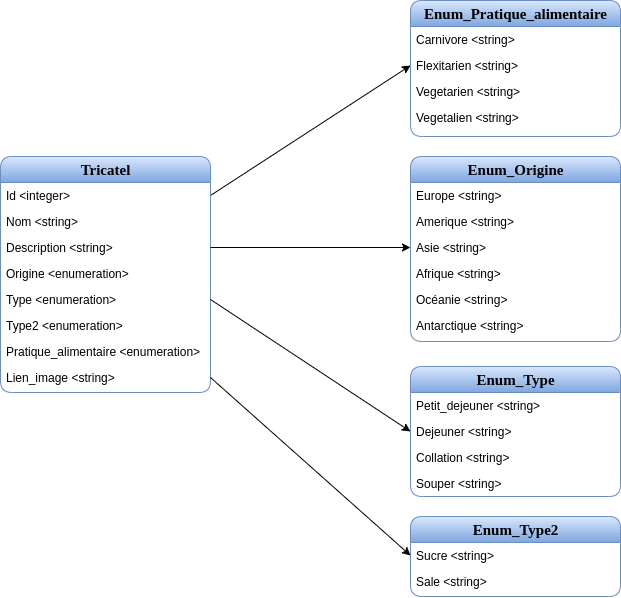
Earlier version of the draw.io export Diag_BDD_Tricatel.png (Fromont-L/APIGRDFEnergieConseils). Source tidied: cells renumbered, new cells last; positions are measured from the earlier drawing's top-left corner, leaving out a move shared by most shapes.
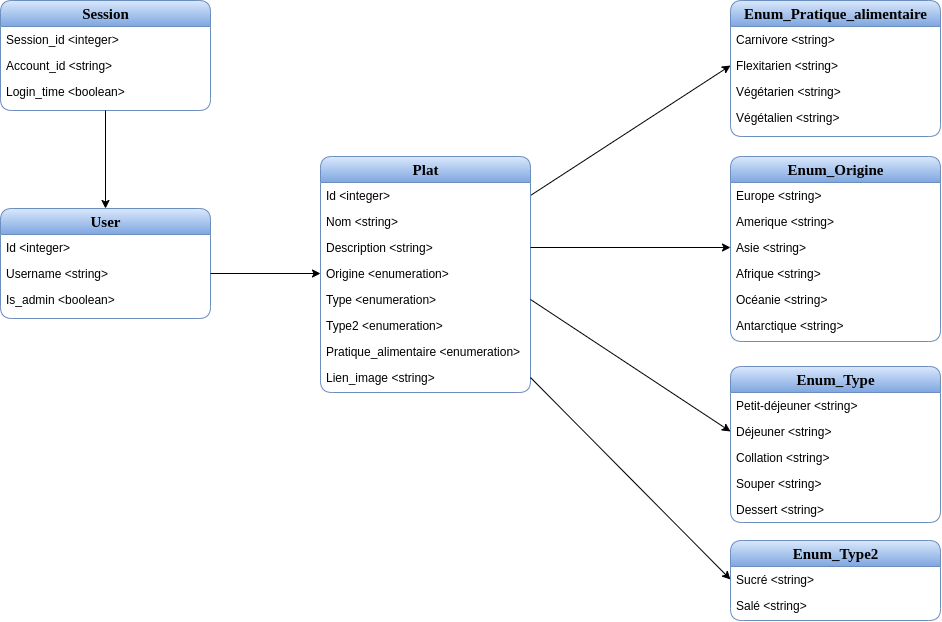
After the commit.

The edit, as a diff of the source:
```diff
@@ -2,34 +2,34 @@
   <root>
     <mxCell id="0" />
     <mxCell id="1" parent="0" />
-    <mxCell id="2" style="edgeStyle=none;rounded=0;jettySize=auto;html=1;entryX=0;entryY=0.5;entryDx=0;entryDy=0;exitX=1;exitY=0.5;exitDx=0;exitDy=0;" parent="1" edge="1" source="4" target="14">
-      <mxGeometry relative="1" as="geometry" />
-    </mxCell>
-    <mxCell id="3" value="&lt;b&gt;&lt;font style=&quot;font-size: 15px&quot;&gt;Tricatel&lt;/font&gt;&lt;/b&gt;" style="swimlane;html=1;fontStyle=0;horizontal=1;startSize=26;fillColor=#dae8fc;swimlaneFillColor=#ffffff;align=center;rounded=1;shadow=0;comic=0;labelBackgroundColor=none;strokeWidth=1;fontFamily=Verdana;fontSize=12;strokeColor=#6c8ebf;gradientColor=#7ea6e0;" parent="1" vertex="1">
-      <mxGeometry y="156" width="210" height="236" as="geometry" />
-    </mxCell>
-    <mxCell id="4" value="Id &amp;lt;integer&amp;gt;" style="text;html=1;spacingLeft=4;spacingRight=4;whiteSpace=wrap;overflow=hidden;points=[[0,0.5],[1,0.5]];portConstraint=eastwest;" parent="3" vertex="1">
-      <mxGeometry y="26" width="210" height="26" as="geometry" />
-    </mxCell>
+    <mxCell id="35" style="edgeStyle=none;rounded=0;jettySize=auto;html=1;entryX=0;entryY=0.5;entryDx=0;entryDy=0;exitX=1;exitY=0.5;exitDx=0;exitDy=0;" parent="1" edge="1" source="37" target="14">
+      <mxGeometry relative="1" as="geometry" />
+    </mxCell>
+    <mxCell id="36" value="&lt;b&gt;&lt;font style=&quot;font-size: 15px&quot;&gt;Plat&lt;/font&gt;&lt;/b&gt;" style="swimlane;html=1;fontStyle=0;horizontal=1;startSize=26;fillColor=#dae8fc;swimlaneFillColor=#ffffff;align=center;rounded=1;shadow=0;comic=0;labelBackgroundColor=none;strokeWidth=1;fontFamily=Verdana;fontSize=12;strokeColor=#6c8ebf;gradientColor=#7ea6e0;" parent="1" vertex="1">
+      <mxGeometry y="156" width="210" height="236" as="geometry" />
+    </mxCell>
+    <mxCell id="37" value="Id &amp;lt;integer&amp;gt;" style="text;html=1;spacingLeft=4;spacingRight=4;whiteSpace=wrap;overflow=hidden;points=[[0,0.5],[1,0.5]];portConstraint=eastwest;" parent="36" vertex="1">
+      <mxGeometry y="26" width="210" height="26" as="geometry" />
+    </mxCell>
-    <mxCell id="5" value="Nom &amp;lt;string&amp;gt;" style="text;html=1;strokeColor=none;fillColor=none;spacingLeft=4;spacingRight=4;whiteSpace=wrap;overflow=hidden;" parent="3" vertex="1">
+    <mxCell id="5" value="Nom &amp;lt;string&amp;gt;" style="text;html=1;strokeColor=none;fillColor=none;spacingLeft=4;spacingRight=4;whiteSpace=wrap;overflow=hidden;" parent="36" vertex="1">
       <mxGeometry y="52" width="210" height="26" as="geometry" />
     </mxCell>
-    <mxCell id="6" value="Description &amp;lt;string&amp;gt;" style="text;html=1;strokeColor=none;fillColor=none;spacingLeft=4;spacingRight=4;whiteSpace=wrap;overflow=hidden;points=[[0,0.5],[1,0.5]];portConstraint=eastwest;" parent="3" vertex="1">
+    <mxCell id="6" value="Description &amp;lt;string&amp;gt;" style="text;html=1;strokeColor=none;fillColor=none;spacingLeft=4;spacingRight=4;whiteSpace=wrap;overflow=hidden;points=[[0,0.5],[1,0.5]];portConstraint=eastwest;" parent="36" vertex="1">
       <mxGeometry y="78" width="210" height="26" as="geometry" />
     </mxCell>
-    <mxCell id="7" value="Origine &amp;lt;enumeration&amp;gt;" style="text;html=1;strokeColor=none;fillColor=none;spacingLeft=4;spacingRight=4;whiteSpace=wrap;overflow=hidden;points=[[0,0.5],[1,0.5]];portConstraint=eastwest;" parent="3" vertex="1">
+    <mxCell id="7" value="Origine &amp;lt;enumeration&amp;gt;" style="text;html=1;strokeColor=none;fillColor=none;spacingLeft=4;spacingRight=4;whiteSpace=wrap;overflow=hidden;points=[[0,0.5],[1,0.5]];portConstraint=eastwest;" parent="36" vertex="1">
       <mxGeometry y="104" width="210" height="26" as="geometry" />
     </mxCell>
-    <mxCell id="8" value="Type &amp;lt;enumeration&amp;gt;" style="text;html=1;strokeColor=none;fillColor=none;spacingLeft=4;spacingRight=4;whiteSpace=wrap;overflow=hidden;points=[[0,0.5],[1,0.5]];portConstraint=eastwest;" parent="3" vertex="1">
+    <mxCell id="8" value="Type &amp;lt;enumeration&amp;gt;" style="text;html=1;strokeColor=none;fillColor=none;spacingLeft=4;spacingRight=4;whiteSpace=wrap;overflow=hidden;points=[[0,0.5],[1,0.5]];portConstraint=eastwest;" parent="36" vertex="1">
       <mxGeometry y="130" width="210" height="26" as="geometry" />
     </mxCell>
-    <mxCell id="9" value="Type2 &amp;lt;enumeration&amp;gt;" style="text;html=1;strokeColor=none;fillColor=none;spacingLeft=4;spacingRight=4;whiteSpace=wrap;overflow=hidden;" parent="3" vertex="1">
+    <mxCell id="9" value="Type2 &amp;lt;enumeration&amp;gt;" style="text;html=1;strokeColor=none;fillColor=none;spacingLeft=4;spacingRight=4;whiteSpace=wrap;overflow=hidden;" parent="36" vertex="1">
       <mxGeometry y="156" width="210" height="26" as="geometry" />
     </mxCell>
-    <mxCell id="10" value="Pratique_alimentaire &amp;lt;enumeration&amp;gt;" style="text;html=1;strokeColor=none;fillColor=none;spacingLeft=4;spacingRight=4;whiteSpace=wrap;overflow=hidden;" parent="3" vertex="1">
+    <mxCell id="10" value="Pratique_alimentaire &amp;lt;enumeration&amp;gt;" style="text;html=1;strokeColor=none;fillColor=none;spacingLeft=4;spacingRight=4;whiteSpace=wrap;overflow=hidden;" parent="36" vertex="1">
       <mxGeometry y="182" width="210" height="26" as="geometry" />
     </mxCell>
-    <mxCell id="11" value="Lien_image &amp;lt;string&amp;gt;" style="text;html=1;strokeColor=none;fillColor=none;spacingLeft=4;spacingRight=4;whiteSpace=wrap;overflow=hidden;points=[[0,0.5],[1,0.5]];portConstraint=eastwest;" parent="3" vertex="1">
+    <mxCell id="11" value="Lien_image &amp;lt;string&amp;gt;" style="text;html=1;strokeColor=none;fillColor=none;spacingLeft=4;spacingRight=4;whiteSpace=wrap;overflow=hidden;points=[[0,0.5],[1,0.5]];portConstraint=eastwest;" parent="36" vertex="1">
       <mxGeometry y="208" width="210" height="26" as="geometry" />
     </mxCell>
     <mxCell id="12" value="&lt;b&gt;&lt;font style=&quot;font-size: 15px&quot;&gt;Enum_Pratique_alimentaire&lt;/font&gt;&lt;/b&gt;" style="swimlane;html=1;fontStyle=0;horizontal=1;startSize=26;fillColor=#dae8fc;swimlaneFillColor=#ffffff;align=center;rounded=1;shadow=0;comic=0;labelBackgroundColor=none;strokeWidth=1;fontFamily=Verdana;fontSize=12;strokeColor=#6c8ebf;gradientColor=#7ea6e0;" parent="1" vertex="1">
@@ -41,12 +41,12 @@
     <mxCell id="14" value="Flexitarien &amp;lt;string&amp;gt;" style="text;html=1;spacingLeft=4;spacingRight=4;whiteSpace=wrap;overflow=hidden;points=[[0,0.5],[1,0.5]];portConstraint=eastwest;" parent="12" vertex="1">
       <mxGeometry y="52" width="210" height="26" as="geometry" />
     </mxCell>
-    <mxCell id="15" value="Vegetarien &amp;lt;string&amp;gt;" style="text;html=1;spacingLeft=4;spacingRight=4;whiteSpace=wrap;overflow=hidden;" parent="12" vertex="1">
-      <mxGeometry y="78" width="210" height="26" as="geometry" />
-    </mxCell>
-    <mxCell id="16" value="Vegetalien &amp;lt;string&amp;gt;" style="text;html=1;spacingLeft=4;spacingRight=4;whiteSpace=wrap;overflow=hidden;" parent="12" vertex="1">
-      <mxGeometry y="104" width="210" height="26" as="geometry" />
-    </mxCell>
+    <mxCell id="38" value="Végétarien &amp;lt;string&amp;gt;" style="text;html=1;spacingLeft=4;spacingRight=4;whiteSpace=wrap;overflow=hidden;" parent="12" vertex="1">
+      <mxGeometry y="78" width="210" height="26" as="geometry" />
+    </mxCell>
+    <mxCell id="39" value="Végétalien &amp;lt;string&amp;gt;" style="text;html=1;spacingLeft=4;spacingRight=4;whiteSpace=wrap;overflow=hidden;" parent="12" vertex="1">
+      <mxGeometry y="104" width="210" height="26" as="geometry" />
+    </mxCell>
     <mxCell id="17" value="&lt;b&gt;&lt;font style=&quot;font-size: 15px&quot;&gt;Enum_Origine&lt;/font&gt;&lt;/b&gt;" style="swimlane;html=1;fontStyle=0;horizontal=1;startSize=26;fillColor=#dae8fc;swimlaneFillColor=#ffffff;align=center;rounded=1;shadow=0;comic=0;labelBackgroundColor=none;strokeWidth=1;fontFamily=Verdana;fontSize=12;strokeColor=#6c8ebf;gradientColor=#7ea6e0;" parent="1" vertex="1">
       <mxGeometry x="410" y="156" width="210" height="185" as="geometry" />
     </mxCell>
@@ -69,37 +69,70 @@
       <mxGeometry y="156" width="210" height="26" as="geometry" />
     </mxCell>
     <mxCell id="24" value="&lt;b&gt;&lt;font style=&quot;font-size: 15px&quot;&gt;Enum_Type&lt;/font&gt;&lt;/b&gt;" style="swimlane;html=1;fontStyle=0;horizontal=1;startSize=26;fillColor=#dae8fc;swimlaneFillColor=#ffffff;align=center;rounded=1;shadow=0;comic=0;labelBackgroundColor=none;strokeWidth=1;fontFamily=Verdana;fontSize=12;strokeColor=#6c8ebf;gradientColor=#7ea6e0;" parent="1" vertex="1">
-      <mxGeometry x="410" y="366" width="210" height="130" as="geometry" />
+      <mxGeometry x="410" y="366" width="210" height="156" as="geometry" />
     </mxCell>
-    <mxCell id="25" value="Petit_dejeuner &amp;lt;string&amp;gt;" style="text;html=1;spacingLeft=4;spacingRight=4;whiteSpace=wrap;overflow=hidden;" parent="24" vertex="1">
-      <mxGeometry y="26" width="210" height="26" as="geometry" />
-    </mxCell>
-    <mxCell id="26" value="Dejeuner &amp;lt;string&amp;gt;" style="text;html=1;spacingLeft=4;spacingRight=4;whiteSpace=wrap;overflow=hidden;points=[[0,0.5],[1,0.5]];portConstraint=eastwest;" parent="24" vertex="1">
-      <mxGeometry y="52" width="210" height="26" as="geometry" />
-    </mxCell>
+    <mxCell id="40" value="Petit-déjeuner &amp;lt;string&amp;gt;" style="text;html=1;spacingLeft=4;spacingRight=4;whiteSpace=wrap;overflow=hidden;" parent="24" vertex="1">
+      <mxGeometry y="26" width="210" height="26" as="geometry" />
+    </mxCell>
+    <mxCell id="41" value="Déjeuner &amp;lt;string&amp;gt;" style="text;html=1;spacingLeft=4;spacingRight=4;whiteSpace=wrap;overflow=hidden;points=[[0,0.5],[1,0.5]];portConstraint=eastwest;" parent="24" vertex="1">
+      <mxGeometry y="52" width="210" height="26" as="geometry" />
+    </mxCell>
     <mxCell id="27" value="Collation &amp;lt;string&amp;gt;" style="text;html=1;spacingLeft=4;spacingRight=4;whiteSpace=wrap;overflow=hidden;" parent="24" vertex="1">
       <mxGeometry y="78" width="210" height="26" as="geometry" />
     </mxCell>
     <mxCell id="28" value="Souper &amp;lt;string&amp;gt;" style="text;html=1;spacingLeft=4;spacingRight=4;whiteSpace=wrap;overflow=hidden;" parent="24" vertex="1">
       <mxGeometry y="104" width="210" height="26" as="geometry" />
     </mxCell>
+    <mxCell id="42" value="Dessert &amp;lt;string&amp;gt;" style="text;html=1;spacingLeft=4;spacingRight=4;whiteSpace=wrap;overflow=hidden;" parent="24" vertex="1">
+      <mxGeometry y="130" width="210" height="26" as="geometry" />
+    </mxCell>
     <mxCell id="29" value="&lt;b&gt;&lt;font style=&quot;font-size: 15px&quot;&gt;Enum_Type2&lt;/font&gt;&lt;/b&gt;" style="swimlane;html=1;fontStyle=0;horizontal=1;startSize=26;fillColor=#dae8fc;swimlaneFillColor=#ffffff;align=center;rounded=1;shadow=0;comic=0;labelBackgroundColor=none;strokeWidth=1;fontFamily=Verdana;fontSize=12;strokeColor=#6c8ebf;gradientColor=#7ea6e0;" parent="1" vertex="1">
-      <mxGeometry x="410" y="516" width="210" height="80" as="geometry" />
+      <mxGeometry x="410" y="540" width="210" height="80" as="geometry" />
     </mxCell>
-    <mxCell id="30" value="Sucre &amp;lt;string&amp;gt;" style="text;html=1;spacingLeft=4;spacingRight=4;whiteSpace=wrap;overflow=hidden;points=[[0,0.5],[1,0.5]];portConstraint=eastwest;" parent="29" vertex="1">
-      <mxGeometry y="26" width="210" height="26" as="geometry" />
-    </mxCell>
-    <mxCell id="31" value="Sale &amp;lt;string&amp;gt;" style="text;html=1;spacingLeft=4;spacingRight=4;whiteSpace=wrap;overflow=hidden;" parent="29" vertex="1">
-      <mxGeometry y="52" width="210" height="26" as="geometry" />
-    </mxCell>
+    <mxCell id="43" value="Sucré &amp;lt;string&amp;gt;" style="text;html=1;spacingLeft=4;spacingRight=4;whiteSpace=wrap;overflow=hidden;points=[[0,0.5],[1,0.5]];portConstraint=eastwest;" parent="29" vertex="1">
+      <mxGeometry y="26" width="210" height="26" as="geometry" />
+    </mxCell>
+    <mxCell id="44" value="Salé &amp;lt;string&amp;gt;" style="text;html=1;spacingLeft=4;spacingRight=4;whiteSpace=wrap;overflow=hidden;" parent="29" vertex="1">
+      <mxGeometry y="52" width="210" height="26" as="geometry" />
+    </mxCell>
     <mxCell id="32" style="rounded=0;jettySize=auto;html=1;exitX=1;exitY=0.5;exitDx=0;exitDy=0;entryX=0;entryY=0.5;entryDx=0;entryDy=0;" parent="1" edge="1" source="6" target="20">
       <mxGeometry relative="1" as="geometry" />
     </mxCell>
-    <mxCell id="33" style="rounded=0;jettySize=auto;html=1;entryX=0;entryY=0.5;entryDx=0;entryDy=0;exitX=1;exitY=0.5;exitDx=0;exitDy=0;" parent="1" edge="1" source="11" target="30">
-      <mxGeometry relative="1" as="geometry" />
-    </mxCell>
-    <mxCell id="34" style="rounded=0;jettySize=auto;html=1;exitX=1;exitY=0.5;exitDx=0;exitDy=0;entryX=0;entryY=0.5;entryDx=0;entryDy=0;" parent="1" edge="1" source="8" target="26">
-      <mxGeometry relative="1" as="geometry" />
-    </mxCell>
+    <mxCell id="45" style="rounded=0;jettySize=auto;html=1;entryX=0;entryY=0.5;entryDx=0;entryDy=0;exitX=1;exitY=0.5;exitDx=0;exitDy=0;" parent="1" edge="1" source="11" target="43">
+      <mxGeometry relative="1" as="geometry" />
+    </mxCell>
+    <mxCell id="46" style="rounded=0;jettySize=auto;html=1;exitX=1;exitY=0.5;exitDx=0;exitDy=0;entryX=0;entryY=0.5;entryDx=0;entryDy=0;" parent="1" edge="1" source="8" target="41">
+      <mxGeometry relative="1" as="geometry" />
+    </mxCell>
+    <mxCell id="47" value="&lt;b&gt;&lt;font style=&quot;font-size: 15px&quot;&gt;User&lt;/font&gt;&lt;/b&gt;" style="swimlane;html=1;fontStyle=0;horizontal=1;startSize=26;fillColor=#dae8fc;swimlaneFillColor=#ffffff;align=center;rounded=1;shadow=0;comic=0;labelBackgroundColor=none;strokeWidth=1;fontFamily=Verdana;fontSize=12;strokeColor=#6c8ebf;gradientColor=#7ea6e0;" parent="1" vertex="1">
+      <mxGeometry x="-320" y="208" width="210" height="110" as="geometry" />
+    </mxCell>
+    <mxCell id="48" value="Id &amp;lt;integer&amp;gt;" style="text;html=1;spacingLeft=4;spacingRight=4;whiteSpace=wrap;overflow=hidden;" parent="47" vertex="1">
+      <mxGeometry y="26" width="210" height="26" as="geometry" />
+    </mxCell>
+    <mxCell id="49" value="Username &amp;lt;string&amp;gt;" style="text;html=1;strokeColor=none;fillColor=none;spacingLeft=4;spacingRight=4;whiteSpace=wrap;overflow=hidden;points=[[0,0.5],[1,0.5]];portConstraint=eastwest;" parent="47" vertex="1">
+      <mxGeometry y="52" width="210" height="26" as="geometry" />
+    </mxCell>
+    <mxCell id="50" value="Is_admin &amp;lt;boolean&amp;gt;" style="text;html=1;strokeColor=none;fillColor=none;spacingLeft=4;spacingRight=4;whiteSpace=wrap;overflow=hidden;" parent="47" vertex="1">
+      <mxGeometry y="78" width="210" height="26" as="geometry" />
+    </mxCell>
+    <mxCell id="51" style="edgeStyle=orthogonalEdgeStyle;rounded=0;jettySize=auto;html=1;exitX=1;exitY=0.5;exitDx=0;exitDy=0;entryX=0;entryY=0.5;entryDx=0;entryDy=0;" parent="1" edge="1" source="49" target="7">
+      <mxGeometry relative="1" as="geometry" />
+    </mxCell>
+    <mxCell id="52" value="&lt;b&gt;&lt;font style=&quot;font-size: 15px&quot;&gt;Session&lt;/font&gt;&lt;/b&gt;" style="swimlane;html=1;fontStyle=0;horizontal=1;startSize=26;fillColor=#dae8fc;swimlaneFillColor=#ffffff;align=center;rounded=1;shadow=0;comic=0;labelBackgroundColor=none;strokeWidth=1;fontFamily=Verdana;fontSize=12;strokeColor=#6c8ebf;gradientColor=#7ea6e0;" parent="1" vertex="1">
+      <mxGeometry x="-320" width="210" height="110" as="geometry" />
+    </mxCell>
+    <mxCell id="53" value="Session_id &amp;lt;integer&amp;gt;" style="text;html=1;spacingLeft=4;spacingRight=4;whiteSpace=wrap;overflow=hidden;" parent="52" vertex="1">
+      <mxGeometry y="26" width="210" height="26" as="geometry" />
+    </mxCell>
+    <mxCell id="54" value="Account_id &amp;lt;string&amp;gt;" style="text;html=1;strokeColor=none;fillColor=none;spacingLeft=4;spacingRight=4;whiteSpace=wrap;overflow=hidden;" parent="52" vertex="1">
+      <mxGeometry y="52" width="210" height="26" as="geometry" />
+    </mxCell>
+    <mxCell id="55" value="Login_time &amp;lt;boolean&amp;gt;" style="text;html=1;strokeColor=none;fillColor=none;spacingLeft=4;spacingRight=4;whiteSpace=wrap;overflow=hidden;" parent="52" vertex="1">
+      <mxGeometry y="78" width="210" height="26" as="geometry" />
+    </mxCell>
+    <mxCell id="56" style="edgeStyle=orthogonalEdgeStyle;rounded=0;jettySize=auto;html=1;entryX=0.5;entryY=0;entryDx=0;entryDy=0;exitX=0.5;exitY=1;exitDx=0;exitDy=0;" parent="1" edge="1" source="52" target="47">
+      <mxGeometry relative="1" as="geometry" />
+    </mxCell>
   </root>
 </mxGraphModel>
```
